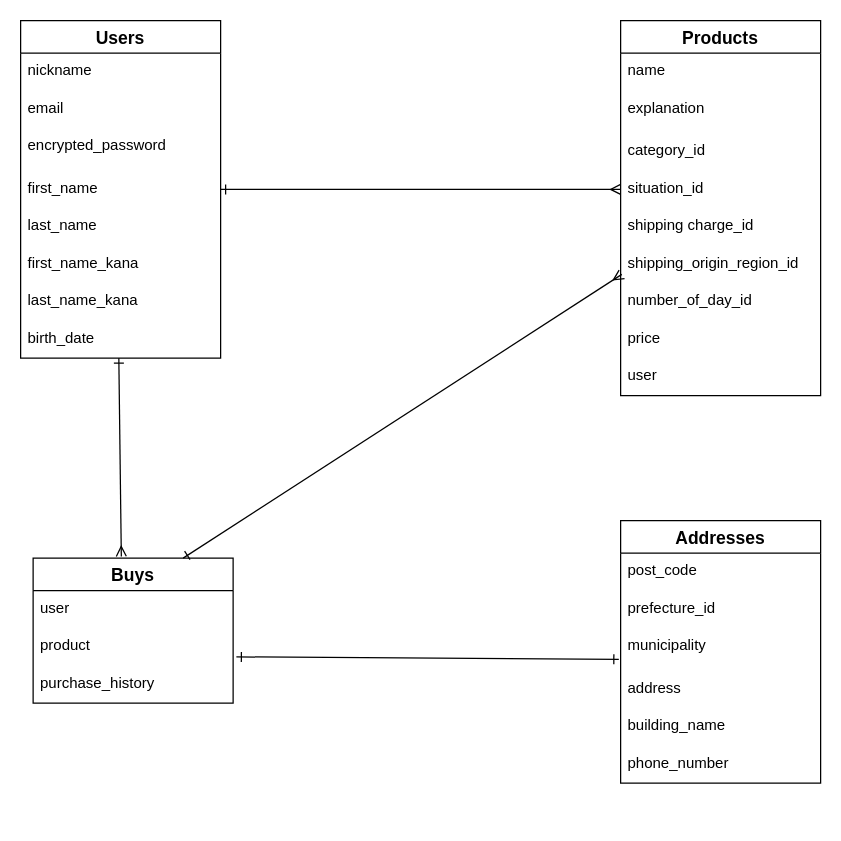
shohei18181818/furima-38926 keeps this draw.io diagram as furima.dio. Above is the earlier version. Source tidied: cells renumbered, new cells numbered last; positions are measured from the earlier drawing's top-left corner, leaving out a move shared by most shapes. Both pictures are drawn from the tidied source at 125%, with x=0, y=0 at pixel (20, 20).
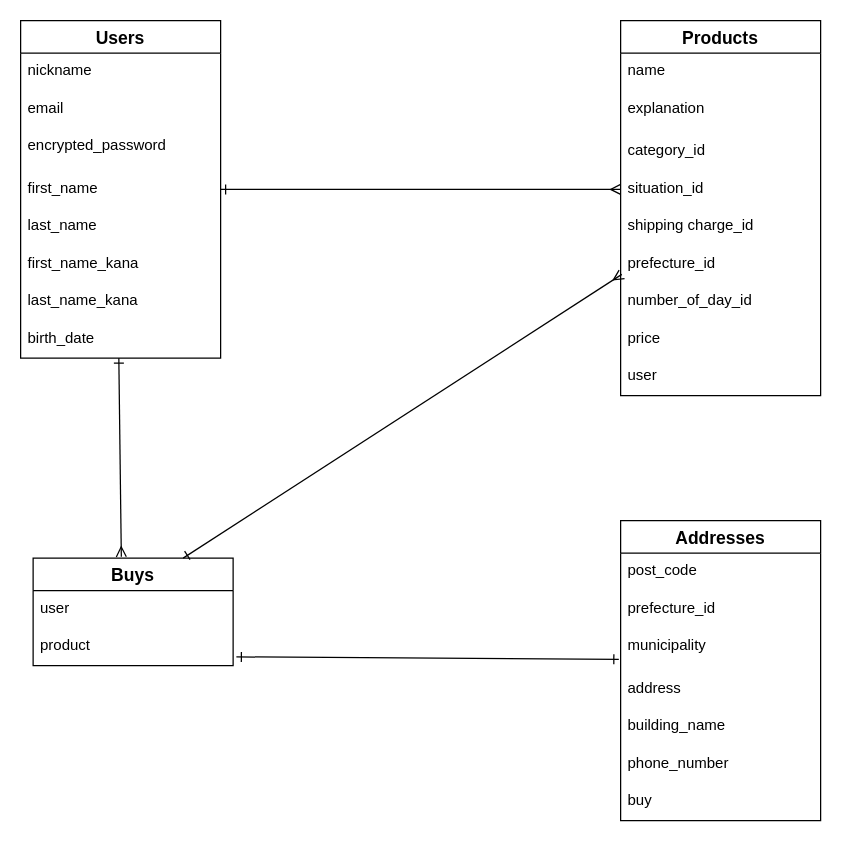
Above is the later version.

Commit message (it also covers changes not shown here):
データベース設計８

Unchanged cells that the change refers to:
```xml
<mxCell id="11" value="Products" style="swimlane;fontStyle=1;horizontal=1;startSize=26;align=center;fontSize=14;" parent="1" vertex="1">
  <mxGeometry x="480" width="160" height="300" as="geometry" />
</mxCell>
```

Diff of the diagram source:
```diff
@@
-    <mxCell id="17" value="shipping_origin_region_id" style="text;strokeColor=none;fillColor=none;spacingLeft=4;spacingRight=4;overflow=hidden;points=[[0,0.5],[1,0.5]];portConstraint=eastwest;fontSize=12;" parent="11" vertex="1">
+    <mxCell id="17" value="prefecture_id" style="text;strokeColor=none;fillColor=none;spacingLeft=4;spacingRight=4;overflow=hidden;points=[[0,0.5],[1,0.5]];portConstraint=eastwest;fontSize=12;" parent="11" vertex="1">
       <mxGeometry y="180" width="160" height="30" as="geometry" />
     </mxCell>
@@
     <mxCell id="21" value="Buys" style="swimlane;fontStyle=1;horizontal=1;startSize=26;align=center;fontSize=14;" parent="1" vertex="1">
-      <mxGeometry x="10" y="430" width="160" height="116" as="geometry" />
+      <mxGeometry x="10" y="430" width="160" height="86" as="geometry" />
     </mxCell>
@@
-    <mxCell id="24" value="purchase_history" style="text;strokeColor=none;fillColor=none;spacingLeft=4;spacingRight=4;overflow=hidden;fontSize=12;" parent="21" vertex="1">
-      <mxGeometry y="86" width="160" height="30" as="geometry" />
-    </mxCell>
@@
     <mxCell id="26" value="Addresses" style="swimlane;fontStyle=1;horizontal=1;startSize=26;align=center;fontSize=14;" parent="1" vertex="1">
-      <mxGeometry x="480" y="400" width="160" height="210" as="geometry" />
+      <mxGeometry x="480" y="400" width="160" height="240" as="geometry" />
     </mxCell>
@@
+    <mxCell id="24" value="buy" style="text;strokeColor=none;fillColor=none;spacingLeft=4;spacingRight=4;overflow=hidden;fontSize=12;" parent="26" vertex="1">
+      <mxGeometry y="210" width="160" height="30" as="geometry" />
+    </mxCell>
```
